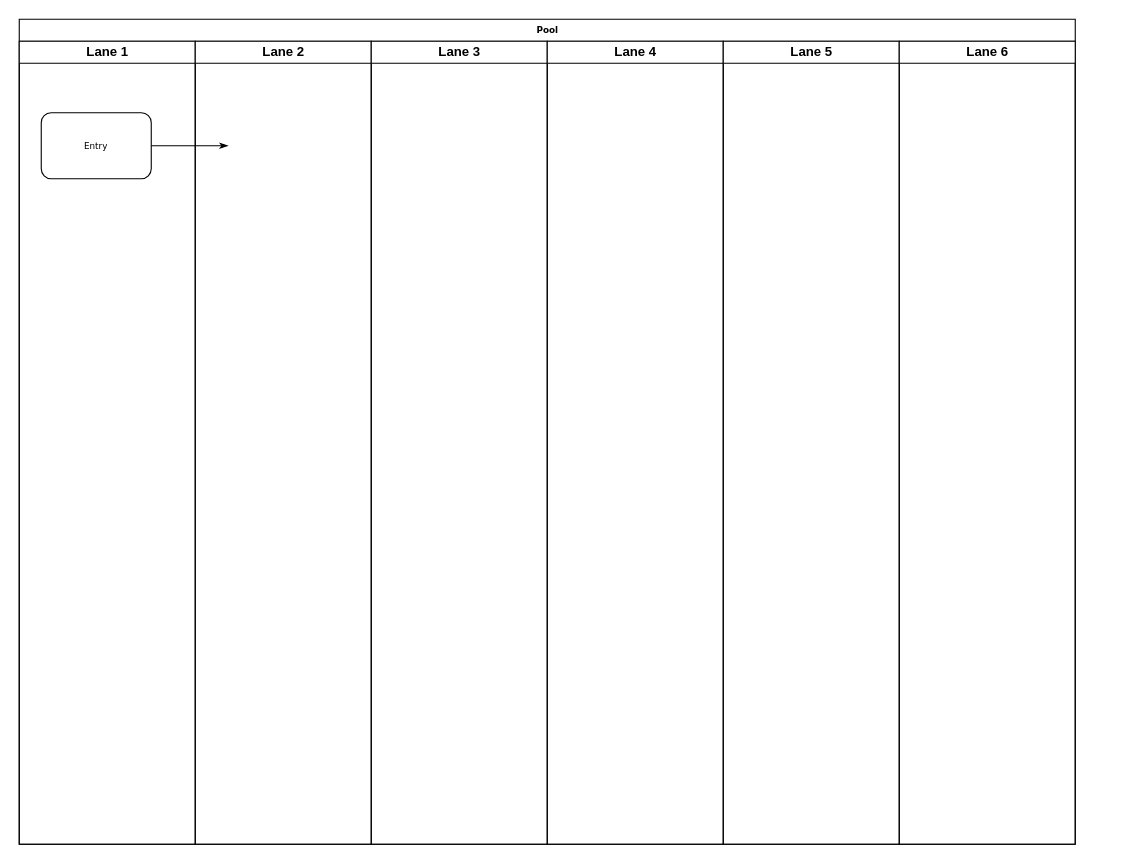
Above: Untitled Diagram.drawio in famino/mql5adviser (draw.io), before the change. Source tidied: cells renumbered, new cells numbered last; positions are measured from the earlier drawing's top-left corner, leaving out a move shared by most shapes. Both pictures are drawn from the tidied source at 110%, with x=0, y=0 at pixel (19, 19).
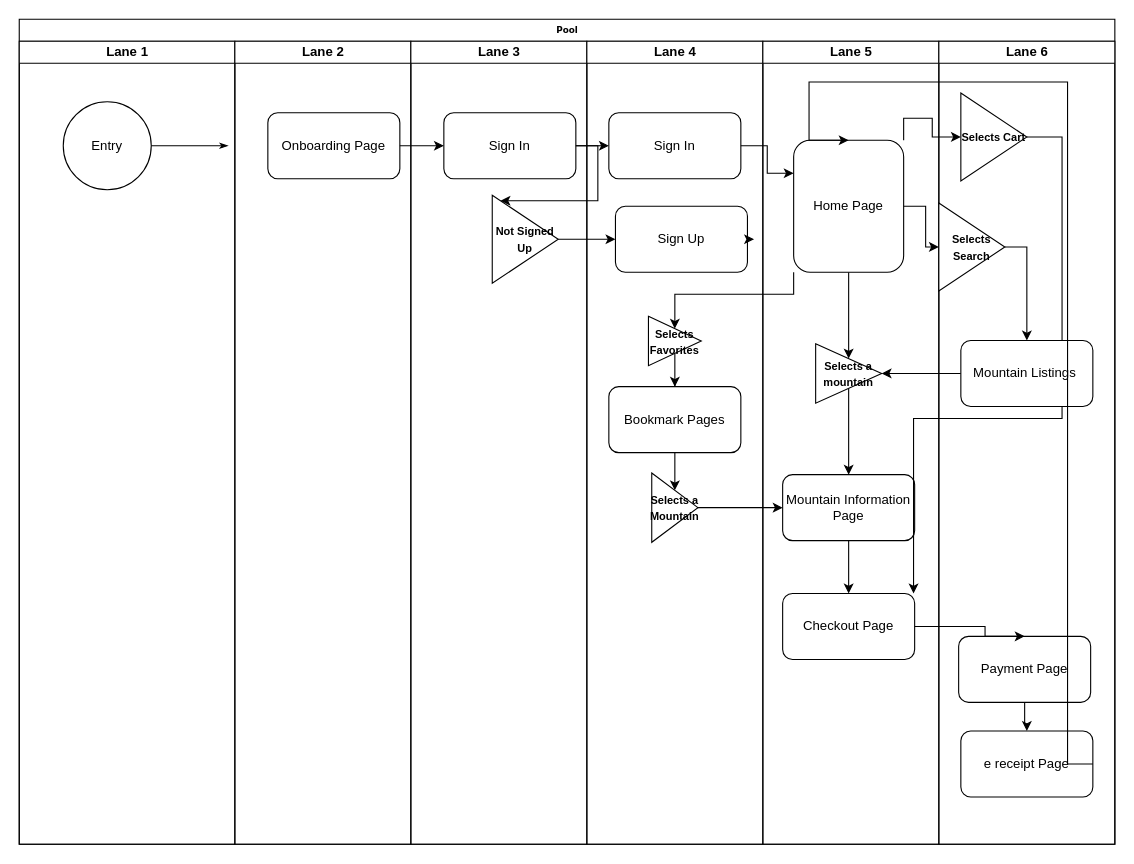
The same diagram, later.

What changed in the source:
```diff
@@
     <mxCell id="2" value="Pool" style="swimlane;html=1;startSize=20;rounded=0;shadow=0;labelBackgroundColor=none;strokeWidth=1;fontFamily=Verdana;fontSize=8;align=center;" parent="1" vertex="1">
-      <mxGeometry width="960" height="750" as="geometry" />
+      <mxGeometry width="996" height="750" as="geometry" />
     </mxCell>
     <mxCell id="3" value="Lane 1" style="swimlane;html=1;startSize=20;" parent="2" vertex="1">
-      <mxGeometry y="20" width="160" height="730" as="geometry" />
+      <mxGeometry y="20" width="196" height="730" as="geometry" />
     </mxCell>
-    <mxCell id="4" value="Entry" style="rounded=1;whiteSpace=wrap;html=1;shadow=0;labelBackgroundColor=none;strokeWidth=1;fontFamily=Verdana;fontSize=8;align=center;" parent="3" vertex="1">
-      <mxGeometry x="20" y="65" width="100" height="60" as="geometry" />
+    <mxCell id="4" value="Entry" style="ellipse;whiteSpace=wrap;html=1;" parent="3" vertex="1">
+      <mxGeometry x="40" y="55" width="80" height="80" as="geometry" />
     </mxCell>
-    <mxCell id="5" style="edgeStyle=orthogonalEdgeStyle;rounded=1;html=1;labelBackgroundColor=none;startArrow=none;startFill=0;startSize=5;endArrow=classicThin;endFill=1;endSize=5;jettySize=auto;strokeWidth=1;fontFamily=Verdana;fontSize=8;" parent="2" edge="1" source="4">
+    <mxCell id="5" style="edgeStyle=orthogonalEdgeStyle;rounded=1;html=1;labelBackgroundColor=none;startArrow=none;startFill=0;startSize=5;endArrow=classicThin;endFill=1;endSize=5;jettySize=auto;orthogonalLoop=1;strokeWidth=1;fontFamily=Verdana;fontSize=8;" parent="2" edge="1">
       <mxGeometry relative="1" as="geometry">
+        <mxPoint x="120" y="115" as="sourcePoint" />
         <mxPoint x="190" y="115" as="targetPoint" />
       </mxGeometry>
     </mxCell>
     <mxCell id="6" value="Lane 2" style="swimlane;html=1;startSize=20;" parent="2" vertex="1">
-      <mxGeometry x="160" y="20" width="160" height="730" as="geometry" />
+      <mxGeometry x="196" y="20" width="160" height="730" as="geometry" />
     </mxCell>
+    <mxCell id="11" value="Onboarding Page" style="rounded=1;whiteSpace=wrap;html=1;" parent="6" vertex="1">
+      <mxGeometry x="30" y="65" width="120" height="60" as="geometry" />
+    </mxCell>
     <mxCell id="7" value="Lane 3" style="swimlane;html=1;startSize=20;" parent="2" vertex="1">
-      <mxGeometry x="320" y="20" width="160" height="730" as="geometry" />
+      <mxGeometry x="356" y="20" width="160" height="730" as="geometry" />
     </mxCell>
+    <mxCell id="12" value="Sign In" style="rounded=1;whiteSpace=wrap;html=1;" parent="7" vertex="1">
+      <mxGeometry x="30" y="65" width="120" height="60" as="geometry" />
+    </mxCell>
+    <mxCell id="13" value="&lt;font style=&quot;font-size: 10px&quot;&gt;&lt;b&gt;Not Signed Up&lt;/b&gt;&lt;/font&gt;" style="triangle;whiteSpace=wrap;html=1;rotation=0;" parent="7" vertex="1">
+      <mxGeometry x="74" y="140" width="60" height="80" as="geometry" />
+    </mxCell>
+    <mxCell id="14" style="edgeStyle=orthogonalEdgeStyle;rounded=0;jettySize=auto;html=1;exitX=1;exitY=0.5;exitDx=0;exitDy=0;" parent="7" edge="1" source="12" target="13">
+      <mxGeometry relative="1" as="geometry" />
+    </mxCell>
     <mxCell id="8" value="Lane 4" style="swimlane;html=1;startSize=20;" parent="2" vertex="1">
-      <mxGeometry x="480" y="20" width="160" height="730" as="geometry" />
+      <mxGeometry x="516" y="20" width="160" height="730" as="geometry" />
     </mxCell>
+    <mxCell id="15" value="Sign In" style="rounded=1;whiteSpace=wrap;html=1;" parent="8" vertex="1">
+      <mxGeometry x="20" y="65" width="120" height="60" as="geometry" />
+    </mxCell>
+    <mxCell id="16" value="Sign Up" style="rounded=1;whiteSpace=wrap;html=1;" parent="8" vertex="1">
+      <mxGeometry x="26" y="150" width="120" height="60" as="geometry" />
+    </mxCell>
+    <mxCell id="17" style="edgeStyle=orthogonalEdgeStyle;rounded=0;jettySize=auto;html=1;exitX=0.5;exitY=1;exitDx=0;exitDy=0;" parent="8" edge="1" source="18" target="20">
+      <mxGeometry relative="1" as="geometry" />
+    </mxCell>
+    <mxCell id="18" value="&lt;font style=&quot;font-size: 10px&quot;&gt;&lt;b&gt;Selects Favorites&lt;/b&gt;&lt;/font&gt;" style="triangle;whiteSpace=wrap;html=1;rotation=0;" parent="8" vertex="1">
+      <mxGeometry x="56" y="250" width="48" height="45" as="geometry" />
+    </mxCell>
+    <mxCell id="19" style="edgeStyle=orthogonalEdgeStyle;rounded=0;jettySize=auto;html=1;exitX=0.5;exitY=1;exitDx=0;exitDy=0;" parent="8" edge="1" source="20" target="21">
+      <mxGeometry relative="1" as="geometry" />
+    </mxCell>
+    <mxCell id="20" value="Bookmark Pages" style="rounded=1;whiteSpace=wrap;html=1;" parent="8" vertex="1">
+      <mxGeometry x="20" y="314" width="120" height="60" as="geometry" />
+    </mxCell>
+    <mxCell id="21" value="&lt;font style=&quot;font-size: 10px&quot;&gt;&lt;b&gt;Selects a Mountain&lt;/b&gt;&lt;/font&gt;" style="triangle;whiteSpace=wrap;html=1;rotation=0;" parent="8" vertex="1">
+      <mxGeometry x="59" y="392.5" width="42" height="63" as="geometry" />
+    </mxCell>
     <mxCell id="9" value="Lane 5" style="swimlane;html=1;startSize=20;" parent="2" vertex="1">
-      <mxGeometry x="640" y="20" width="160" height="730" as="geometry" />
+      <mxGeometry x="676" y="20" width="160" height="730" as="geometry" />
     </mxCell>
+    <mxCell id="22" style="edgeStyle=orthogonalEdgeStyle;rounded=0;jettySize=auto;html=1;exitX=0.5;exitY=1;exitDx=0;exitDy=0;entryX=0.5;entryY=0;entryDx=0;entryDy=0;" parent="9" edge="1" source="23" target="25">
+      <mxGeometry relative="1" as="geometry" />
+    </mxCell>
+    <mxCell id="23" value="Home Page" style="rounded=1;whiteSpace=wrap;html=1;" parent="9" vertex="1">
+      <mxGeometry x="28" y="90" width="100" height="120" as="geometry" />
+    </mxCell>
+    <mxCell id="24" style="edgeStyle=orthogonalEdgeStyle;rounded=0;jettySize=auto;html=1;exitX=0.5;exitY=1;exitDx=0;exitDy=0;" parent="9" edge="1" source="25" target="27">
+      <mxGeometry relative="1" as="geometry" />
+    </mxCell>
+    <mxCell id="25" value="&lt;font style=&quot;font-size: 10px&quot;&gt;&lt;b&gt;Selects a mountain&lt;/b&gt;&lt;/font&gt;" style="triangle;whiteSpace=wrap;html=1;rotation=0;" parent="9" vertex="1">
+      <mxGeometry x="48" y="275" width="60" height="54" as="geometry" />
+    </mxCell>
+    <mxCell id="26" style="edgeStyle=orthogonalEdgeStyle;rounded=0;jettySize=auto;html=1;exitX=0.5;exitY=1;exitDx=0;exitDy=0;entryX=0.5;entryY=0;entryDx=0;entryDy=0;" parent="9" edge="1" source="27" target="28">
+      <mxGeometry relative="1" as="geometry" />
+    </mxCell>
+    <mxCell id="27" value="Mountain Information Page" style="rounded=1;whiteSpace=wrap;html=1;" parent="9" vertex="1">
+      <mxGeometry x="18" y="394" width="120" height="60" as="geometry" />
+    </mxCell>
+    <mxCell id="28" value="Checkout Page" style="rounded=1;whiteSpace=wrap;html=1;" parent="9" vertex="1">
+      <mxGeometry x="18" y="502" width="120" height="60" as="geometry" />
+    </mxCell>
+    <mxCell id="29" style="edgeStyle=orthogonalEdgeStyle;rounded=0;jettySize=auto;html=1;exitX=1;exitY=0.5;exitDx=0;exitDy=0;entryX=0;entryY=0.5;entryDx=0;entryDy=0;" parent="2" edge="1" source="11" target="12">
+      <mxGeometry relative="1" as="geometry" />
+    </mxCell>
+    <mxCell id="30" style="edgeStyle=orthogonalEdgeStyle;rounded=0;jettySize=auto;html=1;exitX=1;exitY=0.5;exitDx=0;exitDy=0;entryX=0;entryY=0.5;entryDx=0;entryDy=0;" parent="2" edge="1" source="12" target="15">
+      <mxGeometry relative="1" as="geometry" />
+    </mxCell>
+    <mxCell id="31" style="edgeStyle=orthogonalEdgeStyle;rounded=0;jettySize=auto;html=1;exitX=1;exitY=0.5;exitDx=0;exitDy=0;" parent="2" edge="1" source="13" target="16">
+      <mxGeometry relative="1" as="geometry" />
+    </mxCell>
+    <mxCell id="32" style="edgeStyle=orthogonalEdgeStyle;rounded=0;jettySize=auto;html=1;exitX=1;exitY=0.5;exitDx=0;exitDy=0;" parent="2" edge="1" source="16">
+      <mxGeometry relative="1" as="geometry">
+        <mxPoint x="668" y="200" as="targetPoint" />
+      </mxGeometry>
+    </mxCell>
+    <mxCell id="33" style="edgeStyle=orthogonalEdgeStyle;rounded=0;jettySize=auto;html=1;exitX=1;exitY=0.5;exitDx=0;exitDy=0;entryX=0;entryY=0.25;entryDx=0;entryDy=0;" parent="2" edge="1" source="15" target="23">
+      <mxGeometry relative="1" as="geometry" />
+    </mxCell>
+    <mxCell id="34" style="edgeStyle=orthogonalEdgeStyle;rounded=0;jettySize=auto;html=1;exitX=0;exitY=1;exitDx=0;exitDy=0;entryX=0.5;entryY=0;entryDx=0;entryDy=0;" parent="2" edge="1" source="23" target="18">
+      <mxGeometry relative="1" as="geometry" />
+    </mxCell>
+    <mxCell id="35" style="edgeStyle=orthogonalEdgeStyle;rounded=0;jettySize=auto;html=1;exitX=1;exitY=0.5;exitDx=0;exitDy=0;" parent="2" edge="1" source="23" target="41">
+      <mxGeometry relative="1" as="geometry" />
+    </mxCell>
+    <mxCell id="36" style="edgeStyle=orthogonalEdgeStyle;rounded=0;jettySize=auto;html=1;exitX=0;exitY=0.5;exitDx=0;exitDy=0;" parent="2" edge="1" source="42" target="25">
+      <mxGeometry relative="1" as="geometry" />
+    </mxCell>
+    <mxCell id="37" style="edgeStyle=orthogonalEdgeStyle;rounded=0;jettySize=auto;html=1;exitX=1;exitY=0.5;exitDx=0;exitDy=0;entryX=0;entryY=0.5;entryDx=0;entryDy=0;" parent="2" edge="1" source="21" target="27">
+      <mxGeometry relative="1" as="geometry" />
+    </mxCell>
+    <mxCell id="38" style="edgeStyle=orthogonalEdgeStyle;rounded=0;jettySize=auto;html=1;exitX=1;exitY=0;exitDx=0;exitDy=0;entryX=0;entryY=0.5;entryDx=0;entryDy=0;" parent="2" edge="1" source="23" target="45">
+      <mxGeometry relative="1" as="geometry" />
+    </mxCell>
+    <mxCell id="39" style="edgeStyle=orthogonalEdgeStyle;rounded=0;jettySize=auto;html=1;exitX=1;exitY=0.5;exitDx=0;exitDy=0;" parent="2" edge="1" source="45" target="28">
+      <mxGeometry relative="1" as="geometry">
+        <Array as="points">
+          <mxPoint x="948" y="107" />
+          <mxPoint x="948" y="363" />
+          <mxPoint x="813" y="363" />
+          <mxPoint x="813" y="552" />
+        </Array>
+      </mxGeometry>
+    </mxCell>
     <mxCell id="10" value="Lane 6" style="swimlane;html=1;startSize=20;" parent="2" vertex="1">
-      <mxGeometry x="800" y="20" width="160" height="730" as="geometry" />
+      <mxGeometry x="836" y="20" width="160" height="730" as="geometry" />
     </mxCell>
+    <mxCell id="40" style="edgeStyle=orthogonalEdgeStyle;rounded=0;jettySize=auto;html=1;exitX=1;exitY=0.5;exitDx=0;exitDy=0;entryX=0.5;entryY=0;entryDx=0;entryDy=0;" parent="10" edge="1" source="41" target="42">
+      <mxGeometry relative="1" as="geometry" />
+    </mxCell>
+    <mxCell id="41" value="&lt;font style=&quot;font-size: 10px&quot;&gt;&lt;b&gt;Selects Search&lt;/b&gt;&lt;/font&gt;" style="triangle;whiteSpace=wrap;html=1;rotation=0;" parent="10" vertex="1">
+      <mxGeometry y="147" width="60" height="80" as="geometry" />
+    </mxCell>
+    <mxCell id="42" value="Mountain Listings&amp;nbsp;" style="rounded=1;whiteSpace=wrap;html=1;" parent="10" vertex="1">
+      <mxGeometry x="20" y="272" width="120" height="60" as="geometry" />
+    </mxCell>
+    <mxCell id="43" style="edgeStyle=orthogonalEdgeStyle;rounded=0;jettySize=auto;html=1;exitX=0.5;exitY=1;exitDx=0;exitDy=0;" parent="10" edge="1" source="44" target="46">
+      <mxGeometry relative="1" as="geometry" />
+    </mxCell>
+    <mxCell id="44" value="Payment Page" style="rounded=1;whiteSpace=wrap;html=1;" parent="10" vertex="1">
+      <mxGeometry x="18" y="541" width="120" height="60" as="geometry" />
+    </mxCell>
+    <mxCell id="45" value="&lt;font style=&quot;font-size: 10px&quot;&gt;&lt;b&gt;Selects Cart&lt;/b&gt;&lt;/font&gt;" style="triangle;whiteSpace=wrap;html=1;rotation=0;" parent="10" vertex="1">
+      <mxGeometry x="20" y="47" width="60" height="80" as="geometry" />
+    </mxCell>
+    <mxCell id="46" value="e receipt Page" style="rounded=1;whiteSpace=wrap;html=1;" parent="10" vertex="1">
+      <mxGeometry x="20" y="627" width="120" height="60" as="geometry" />
+    </mxCell>
+    <mxCell id="47" style="edgeStyle=orthogonalEdgeStyle;rounded=0;jettySize=auto;html=1;exitX=1;exitY=0.5;exitDx=0;exitDy=0;entryX=0.5;entryY=0;entryDx=0;entryDy=0;" parent="2" edge="1" source="28" target="44">
+      <mxGeometry relative="1" as="geometry">
+        <Array as="points">
+          <mxPoint x="878" y="552" />
+        </Array>
+      </mxGeometry>
+    </mxCell>
+    <mxCell id="48" style="edgeStyle=orthogonalEdgeStyle;rounded=0;jettySize=auto;html=1;exitX=1;exitY=0.5;exitDx=0;exitDy=0;entryX=0.5;entryY=0;entryDx=0;entryDy=0;" parent="2" edge="1" source="46" target="23">
+      <mxGeometry relative="1" as="geometry">
+        <Array as="points">
+          <mxPoint x="953" y="677" />
+          <mxPoint x="953" y="57" />
+          <mxPoint x="718" y="57" />
+        </Array>
+      </mxGeometry>
+    </mxCell>
```
